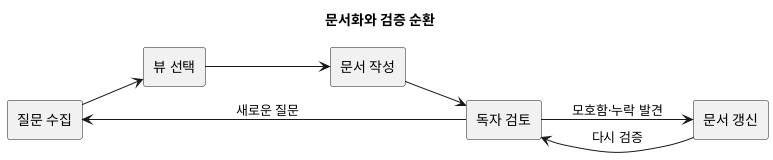
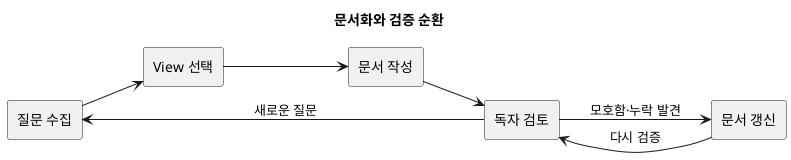
@startuml
title 문서화와 검증 순환
left to right direction

rectangle "질문 수집" as Q
- rectangle "뷰 선택" as S
+ rectangle "View 선택" as S
rectangle "문서 작성" as W
rectangle "독자 검토" as R
rectangle "문서 갱신" as U

Q --> S
S --> W
W --> R
R --> U : 모호함·누락 발견
U --> R : 다시 검증
R --> Q : 새로운 질문
@enduml
